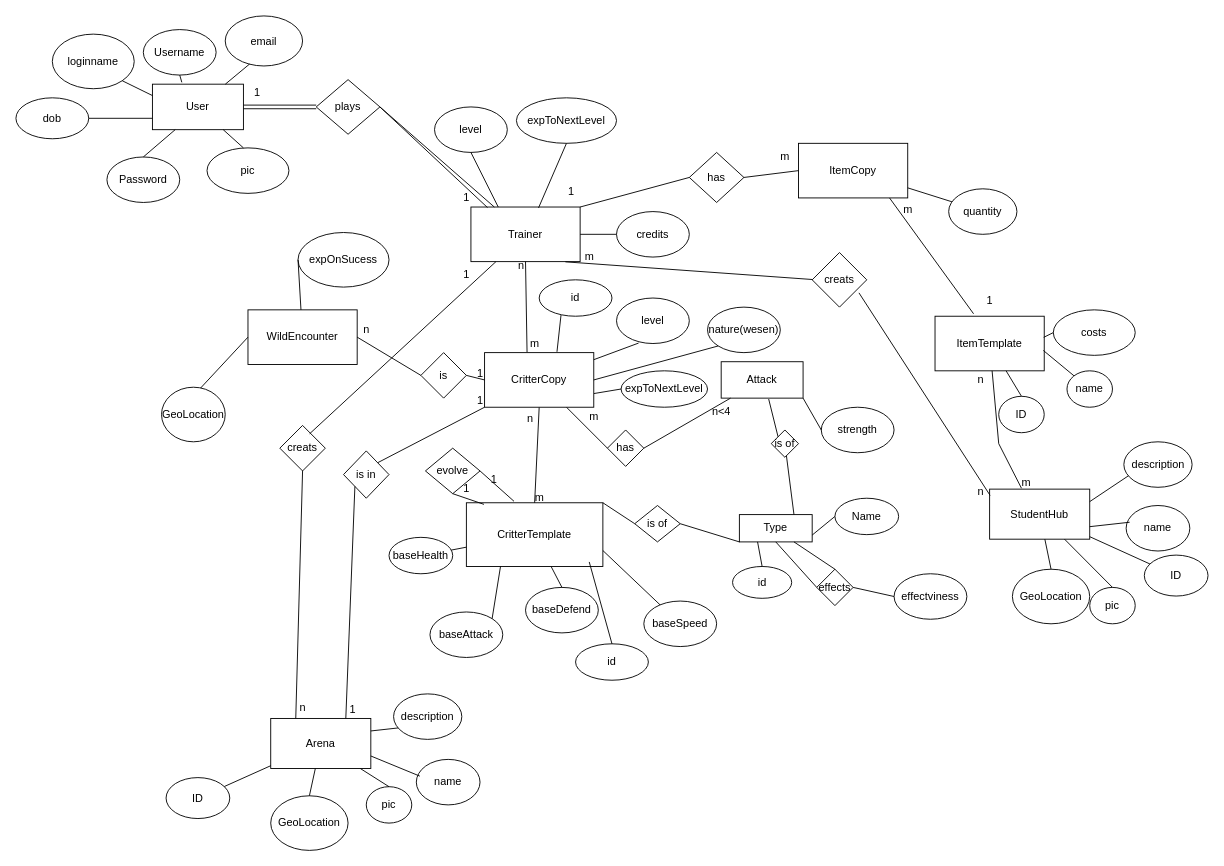
Above: design/PRJ3 Databse ER.drawio in Feuren1/UniClash (draw.io), before the change. Source tidied: cells renumbered, new cells numbered last; positions are measured from the earlier drawing's top-left corner, leaving out a move shared by most shapes. Both pictures are drawn from the tidied source at 91%, with x=0, y=0 at pixel (15, 15).
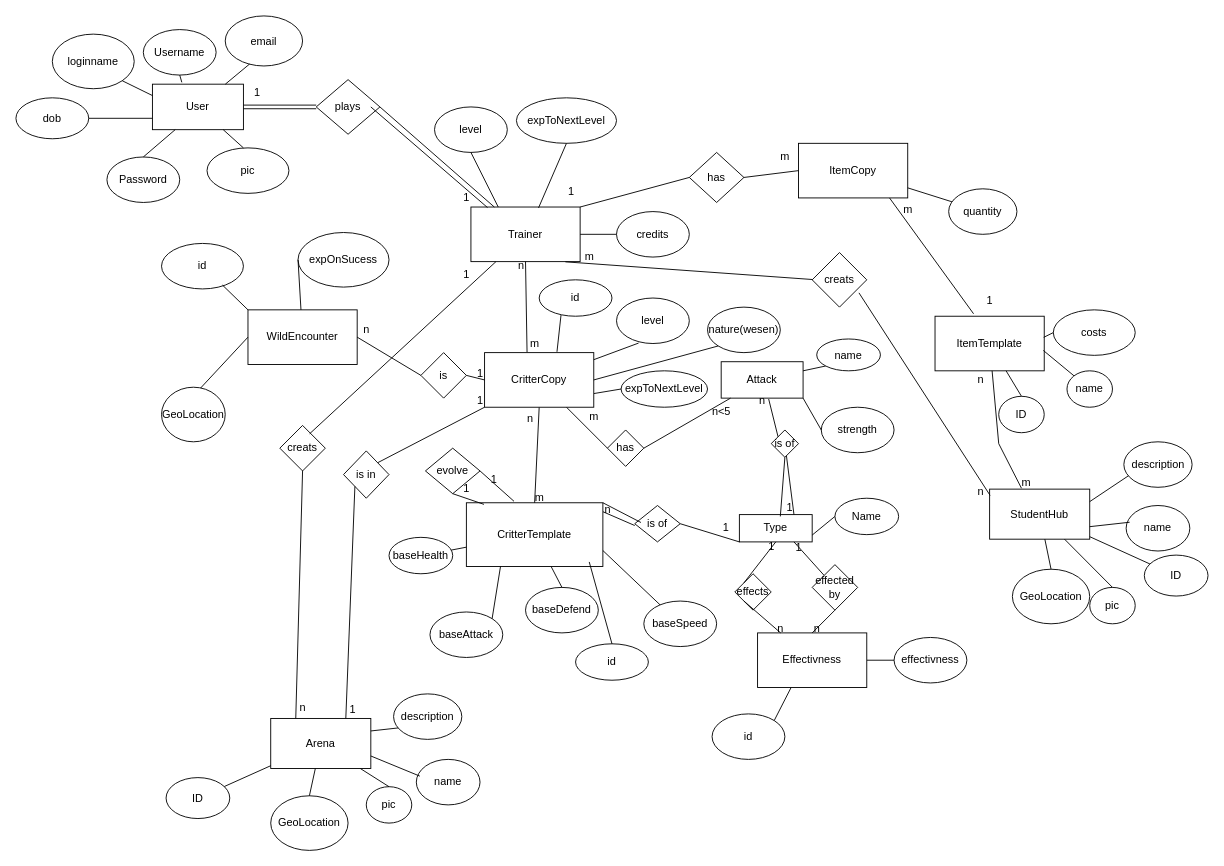
After the change.

Unchanged cells that the change refers to:
```xml
<mxCell id="10" value="Trainer" style="rounded=0;whiteSpace=wrap;html=1;" parent="1" vertex="1">
  <mxGeometry x="500" y="210" width="120" height="60" as="geometry" />
</mxCell>
<mxCell id="17" value="CritterTemplate" style="rounded=0;whiteSpace=wrap;html=1;" parent="1" vertex="1">
  <mxGeometry x="495" y="535" width="150" height="70" as="geometry" />
</mxCell>
<mxCell id="25" value="Type" style="whiteSpace=wrap;html=1;" parent="1" vertex="1">
  <mxGeometry x="795" y="548" width="80" height="30" as="geometry" />
</mxCell>
<mxCell id="26" value="is of" style="rhombus;whiteSpace=wrap;html=1;" parent="1" vertex="1">
  <mxGeometry x="680" y="538" width="50" height="40" as="geometry" />
</mxCell>
<mxCell id="35" value="Attack" style="whiteSpace=wrap;html=1;" parent="1" vertex="1">
  <mxGeometry x="775" y="380" width="90" height="40" as="geometry" />
</mxCell>
<mxCell id="36" value="is of" style="rhombus;whiteSpace=wrap;html=1;" parent="1" vertex="1">
  <mxGeometry x="830" y="455" width="30" height="30" as="geometry" />
</mxCell>
<mxCell id="61" value="WildEncounter" style="rounded=0;whiteSpace=wrap;html=1;" parent="1" vertex="1">
  <mxGeometry x="255" y="323" width="120" height="60" as="geometry" />
</mxCell>
```

What changed in the source:
```diff
@@
-    <mxCell id="27" style="endArrow=none;html=1;rounded=0;exitX=1;exitY=0;exitDx=0;exitDy=0;entryX=0;entryY=0.5;entryDx=0;entryDy=0;" parent="1" edge="1" source="17" target="26">
+    <mxCell id="27" style="endArrow=none;html=1;rounded=0;exitX=1;exitY=0;exitDx=0;exitDy=0;entryX=0.137;entryY=0.467;entryDx=0;entryDy=0;entryPerimeter=0;" parent="1" edge="1" source="17" target="26">
       <mxGeometry relative="1" as="geometry" />
     </mxCell>
@@
     <mxCell id="30" value="effects" style="rhombus;whiteSpace=wrap;html=1;" parent="1" vertex="1">
-      <mxGeometry x="880" y="608" width="40" height="40" as="geometry" />
+      <mxGeometry x="790" y="613" width="40" height="40" as="geometry" />
     </mxCell>
-    <mxCell id="31" style="endArrow=none;html=1;rounded=0;entryX=0;entryY=0.5;entryDx=0;entryDy=0;exitX=0.5;exitY=1;exitDx=0;exitDy=0;" parent="1" edge="1" source="25" target="30">
+    <mxCell id="31" style="endArrow=none;html=1;rounded=0;entryX=0;entryY=0;entryDx=0;entryDy=0;exitX=0.5;exitY=1;exitDx=0;exitDy=0;" parent="1" edge="1" source="25" target="30">
       <mxGeometry relative="1" as="geometry" />
     </mxCell>
-    <mxCell id="32" style="endArrow=none;html=1;rounded=0;entryX=0.5;entryY=0;entryDx=0;entryDy=0;exitX=0.75;exitY=1;exitDx=0;exitDy=0;" parent="1" edge="1" source="25" target="30">
-      <mxGeometry relative="1" as="geometry" />
-    </mxCell>
-    <mxCell id="33" value="effectviness" style="ellipse;whiteSpace=wrap;html=1;" parent="1" vertex="1">
-      <mxGeometry x="965" y="613" width="80" height="50" as="geometry" />
+    <mxCell id="33" value="effectivness" style="ellipse;whiteSpace=wrap;html=1;" parent="1" vertex="1">
+      <mxGeometry x="965" y="683" width="80" height="50" as="geometry" />
     </mxCell>
-    <mxCell id="34" style="endArrow=none;html=1;rounded=0;entryX=0;entryY=0.5;entryDx=0;entryDy=0;exitX=1;exitY=0.5;exitDx=0;exitDy=0;" parent="1" edge="1" source="30" target="33">
+    <mxCell id="34" style="endArrow=none;html=1;rounded=0;entryX=0;entryY=0.5;entryDx=0;entryDy=0;exitX=1;exitY=0.5;exitDx=0;exitDy=0;" parent="1" edge="1" source="162" target="33">
       <mxGeometry relative="1" as="geometry" />
     </mxCell>
@@
-    <mxCell id="44" value="n&amp;lt;4" style="text;html=1;align=center;verticalAlign=middle;strokeColor=none;fillColor=none;" parent="1" vertex="1">
+    <mxCell id="44" value="n&amp;lt;5" style="text;html=1;align=center;verticalAlign=middle;strokeColor=none;fillColor=none;" parent="1" vertex="1">
       <mxGeometry x="755" y="420" width="40" height="30" as="geometry" />
     </mxCell>
@@
-    <mxCell id="136" value="id" style="ellipse;whiteSpace=wrap;html=1;" parent="1" vertex="1">
-      <mxGeometry x="787.5" y="605" width="65" height="35" as="geometry" />
-    </mxCell>
@@
-    <mxCell id="141" style="endArrow=none;html=1;rounded=0;entryX=0.25;entryY=1;entryDx=0;entryDy=0;exitX=0.5;exitY=0;exitDx=0;exitDy=0;" parent="1" edge="1" source="136" target="25">
-      <mxGeometry relative="1" as="geometry" />
-    </mxCell>
     <mxCell id="142" style="endArrow=none;html=1;rounded=0;exitX=0.152;exitY=0.01;exitDx=0;exitDy=0;exitPerimeter=0;" parent="1" edge="1" source="10">
       <mxGeometry relative="1" as="geometry">
-        <mxPoint x="400" y="100" as="targetPoint" />
+        <mxPoint x="390" y="100" as="targetPoint" />
       </mxGeometry>
     </mxCell>
@@
+    <mxCell id="151" style="endArrow=none;html=1;rounded=0;entryX=1;entryY=0.25;entryDx=0;entryDy=0;exitX=0;exitY=1;exitDx=0;exitDy=0;" parent="1" edge="1" source="152" target="35">
+      <mxGeometry relative="1" as="geometry" />
+    </mxCell>
+    <mxCell id="152" value="name" style="ellipse;whiteSpace=wrap;html=1;" parent="1" vertex="1">
+      <mxGeometry x="880" y="355" width="70" height="35" as="geometry" />
+    </mxCell>
+    <mxCell id="153" value="1" style="text;html=1;align=center;verticalAlign=middle;strokeColor=none;fillColor=none;" parent="1" vertex="1">
+      <mxGeometry x="765" y="548" width="30" height="30" as="geometry" />
+    </mxCell>
+    <mxCell id="154" value="n" style="text;html=1;align=center;verticalAlign=middle;strokeColor=none;fillColor=none;" parent="1" vertex="1">
+      <mxGeometry x="635" y="528" width="30" height="30" as="geometry" />
+    </mxCell>
+    <mxCell id="155" value="n" style="text;html=1;align=center;verticalAlign=middle;strokeColor=none;fillColor=none;" parent="1" vertex="1">
+      <mxGeometry x="805" y="408" width="30" height="30" as="geometry" />
+    </mxCell>
+    <mxCell id="156" value="1" style="text;html=1;align=center;verticalAlign=middle;strokeColor=none;fillColor=none;" parent="1" vertex="1">
+      <mxGeometry x="835" y="525" width="30" height="30" as="geometry" />
+    </mxCell>
+    <mxCell id="157" value="1" style="text;html=1;align=center;verticalAlign=middle;strokeColor=none;fillColor=none;" parent="1" vertex="1">
+      <mxGeometry x="815" y="568" width="30" height="30" as="geometry" />
+    </mxCell>
+    <mxCell id="158" value="1" style="text;html=1;align=center;verticalAlign=middle;strokeColor=none;fillColor=none;" parent="1" vertex="1">
+      <mxGeometry x="845" y="570" width="30" height="30" as="geometry" />
+    </mxCell>
+    <mxCell id="159" style="endArrow=none;html=1;rounded=0;entryX=0.5;entryY=1;entryDx=0;entryDy=0;" parent="1" edge="1" target="36">
+      <mxGeometry relative="1" as="geometry">
+        <mxPoint x="840" y="550" as="sourcePoint" />
+      </mxGeometry>
+    </mxCell>
+    <mxCell id="160" style="endArrow=none;html=1;rounded=0;exitX=1.001;exitY=0.141;exitDx=0;exitDy=0;exitPerimeter=0;" parent="1" edge="1" source="17">
+      <mxGeometry relative="1" as="geometry">
+        <mxPoint x="680" y="560" as="targetPoint" />
+      </mxGeometry>
+    </mxCell>
+    <mxCell id="136" value="id" style="ellipse;whiteSpace=wrap;html=1;" parent="1" vertex="1">
+      <mxGeometry x="160" y="250" width="90" height="50" as="geometry" />
+    </mxCell>
+    <mxCell id="161" style="endArrow=none;html=1;rounded=0;entryX=0.745;entryY=0.917;entryDx=0;entryDy=0;entryPerimeter=0;exitX=0;exitY=0;exitDx=0;exitDy=0;" parent="1" edge="1" source="61" target="136">
+      <mxGeometry relative="1" as="geometry" />
+    </mxCell>
+    <mxCell id="162" value="Effectivness" style="rounded=0;whiteSpace=wrap;html=1;" parent="1" vertex="1">
+      <mxGeometry x="815" y="678" width="120" height="60" as="geometry" />
+    </mxCell>
+    <mxCell id="163" style="endArrow=none;html=1;rounded=0;entryX=0;entryY=1;entryDx=0;entryDy=0;" parent="1" edge="1" source="162" target="30">
+      <mxGeometry relative="1" as="geometry" />
+    </mxCell>
+    <mxCell id="164" style="endArrow=none;html=1;rounded=0;entryX=0.75;entryY=1;entryDx=0;entryDy=0;" parent="1" edge="1" source="166" target="25">
+      <mxGeometry relative="1" as="geometry" />
+    </mxCell>
+    <mxCell id="165" style="endArrow=none;html=1;rounded=0;entryX=0.75;entryY=1;entryDx=0;entryDy=0;" parent="1" edge="1" target="166">
+      <mxGeometry relative="1" as="geometry">
+        <mxPoint x="900" y="630" as="sourcePoint" />
+      </mxGeometry>
+    </mxCell>
+    <mxCell id="166" value="effected by" style="rhombus;whiteSpace=wrap;html=1;" parent="1" vertex="1">
+      <mxGeometry x="875" y="603" width="50" height="50" as="geometry" />
+    </mxCell>
+    <mxCell id="167" style="endArrow=none;html=1;rounded=0;exitX=0.5;exitY=0;exitDx=0;exitDy=0;entryX=0.5;entryY=1;entryDx=0;entryDy=0;" parent="1" edge="1" source="162" target="166">
+      <mxGeometry relative="1" as="geometry" />
+    </mxCell>
+    <mxCell id="168" value="id" style="ellipse;whiteSpace=wrap;html=1;direction=west;" parent="1" vertex="1">
+      <mxGeometry x="765" y="767" width="80" height="50" as="geometry" />
+    </mxCell>
+    <mxCell id="169" style="endArrow=none;html=1;rounded=0;exitX=0.306;exitY=1.004;exitDx=0;exitDy=0;exitPerimeter=0;entryX=0;entryY=1;entryDx=0;entryDy=0;" parent="1" edge="1" source="162" target="168">
+      <mxGeometry relative="1" as="geometry" />
+    </mxCell>
+    <mxCell id="170" value="n" style="text;html=1;align=center;verticalAlign=middle;strokeColor=none;fillColor=none;" parent="1" vertex="1">
+      <mxGeometry x="825" y="658" width="30" height="30" as="geometry" />
+    </mxCell>
+    <mxCell id="171" value="n" style="text;html=1;align=center;verticalAlign=middle;strokeColor=none;fillColor=none;" parent="1" vertex="1">
+      <mxGeometry x="865" y="658" width="30" height="30" as="geometry" />
+    </mxCell>
```
